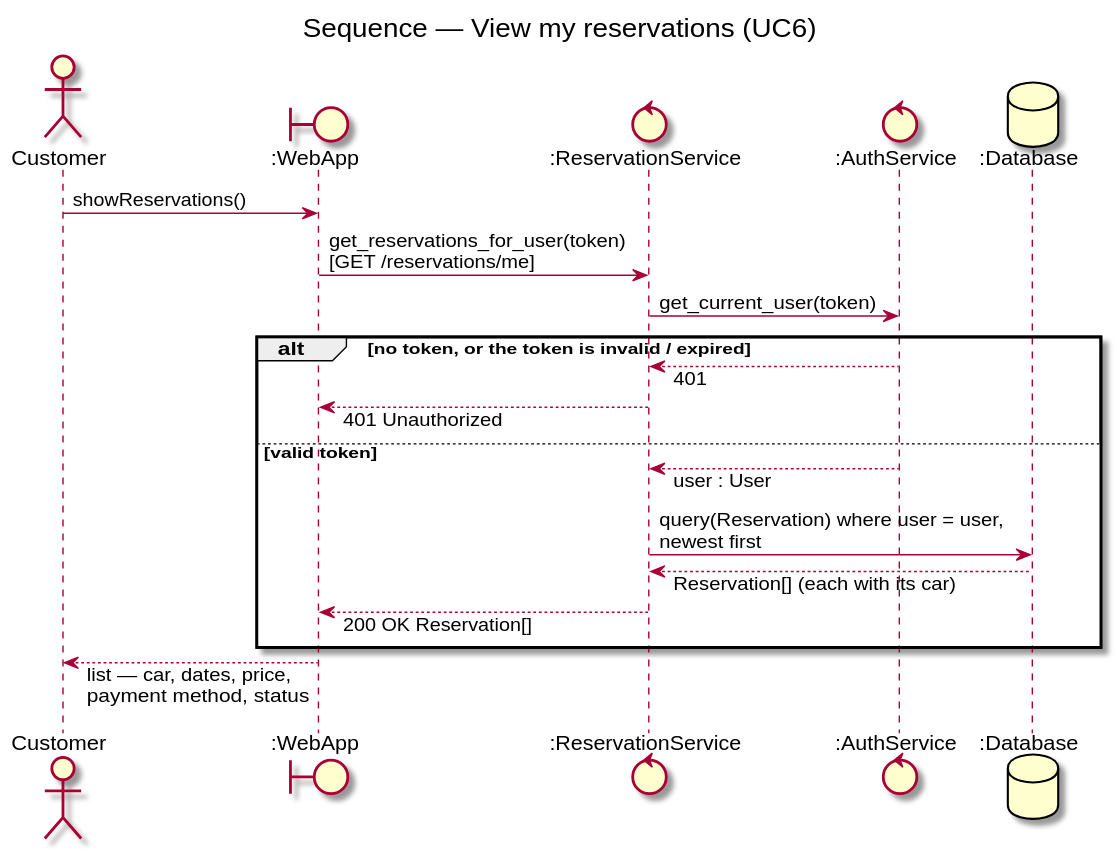
The PlantUML diagram docs/diagrams/sequence-view-my-reservations.svg in DavidMagyarics/CarRentalVSB, before a commit.
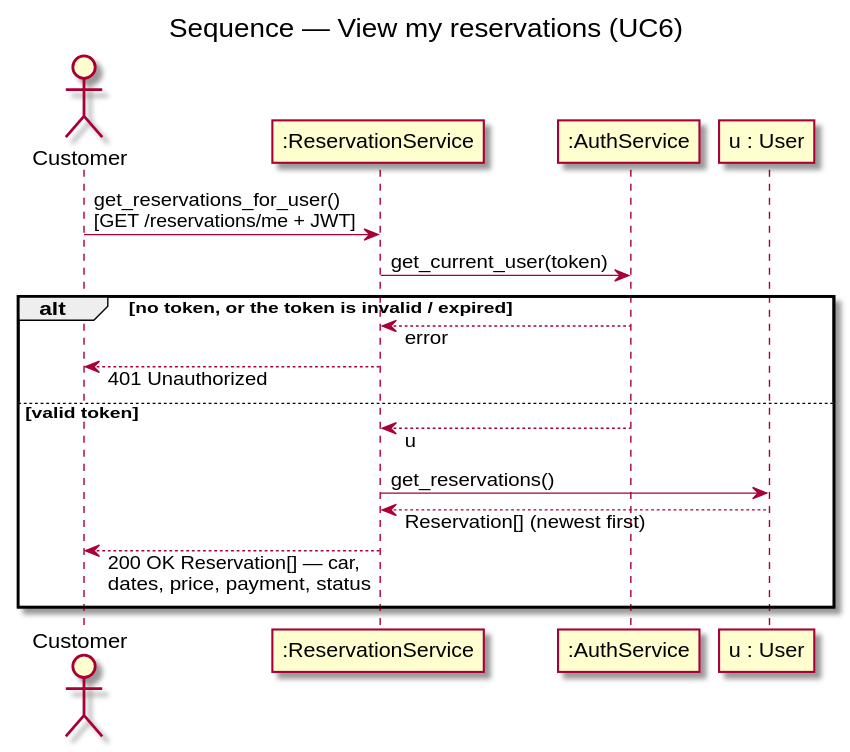
The same file after the commit.

Diff of the diagram source:
```diff
@@ -4,24 +4,20 @@
 skinparam maxMessageSize 260
 title Sequence — View my reservations (UC6)
 actor Customer
-boundary ":WebApp" as Web
-control ":ReservationService" as Res
-control ":AuthService" as Auth
-database ":Database" as DB
+participant ":ReservationService" as Res
+participant ":AuthService" as Auth
+participant "u : User" as U
 
-Customer -> Web : showReservations()
-Web -> Res : get_reservations_for_user(token)\n[GET /reservations/me]
+Customer -> Res : get_reservations_for_user()\n[GET /reservations/me + JWT]
 Res -> Auth : get_current_user(token)
 
 alt no token, or the token is invalid / expired
-  Auth --> Res : 401
-  Res --> Web : 401 Unauthorized
+  Auth --> Res : error
+  Res --> Customer : 401 Unauthorized
 else valid token
-  Auth --> Res : user : User
-  Res -> DB : query(Reservation) where user = user,\nnewest first
-  DB --> Res : Reservation[] (each with its car)
-  Res --> Web : 200 OK Reservation[]
+  Auth --> Res : u
+  Res -> U : get_reservations()
+  U --> Res : Reservation[] (newest first)
+  Res --> Customer : 200 OK Reservation[] — car,\ndates, price, payment, status
 end
-
-Web --> Customer : list — car, dates, price,\npayment method, status
 @enduml
```
